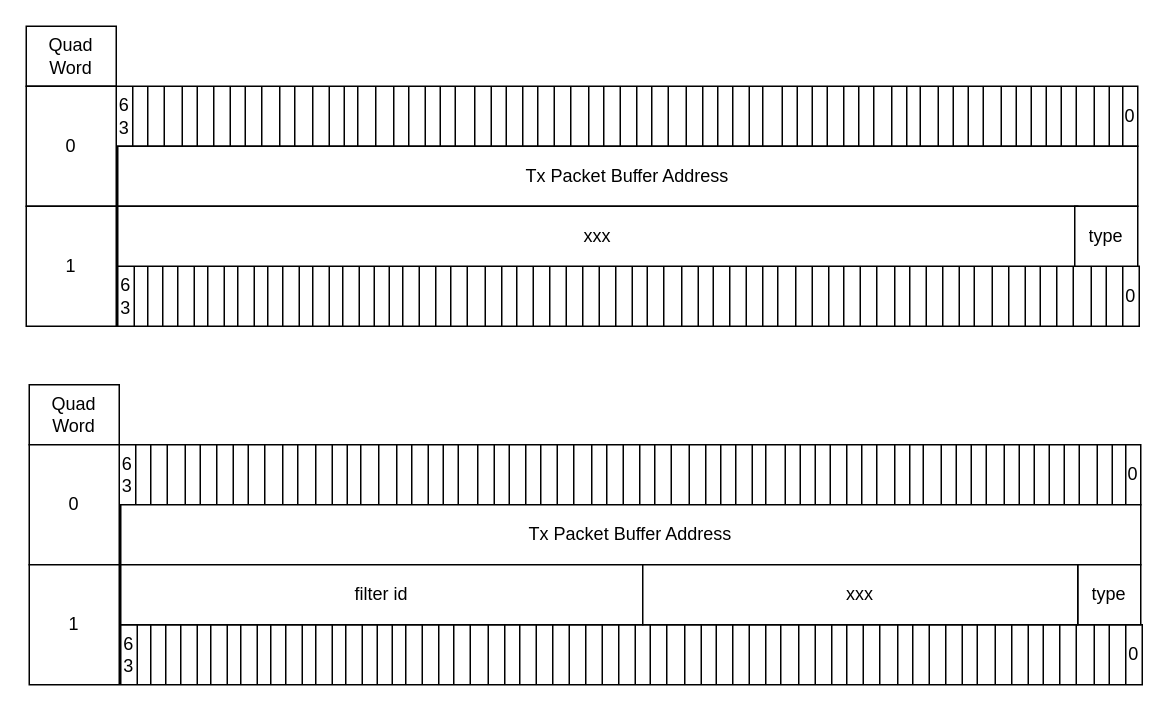
LuyaoZhong/Figures keeps this draw.io diagram as nic_descriptor.drawio. Above is the earlier version. Source tidied: cells renumbered, new cells numbered last; positions are measured from the earlier drawing's top-left corner, leaving out a move shared by most shapes. Both pictures are drawn from the tidied source at 150%, with x=0, y=0 at pixel (26, 26).
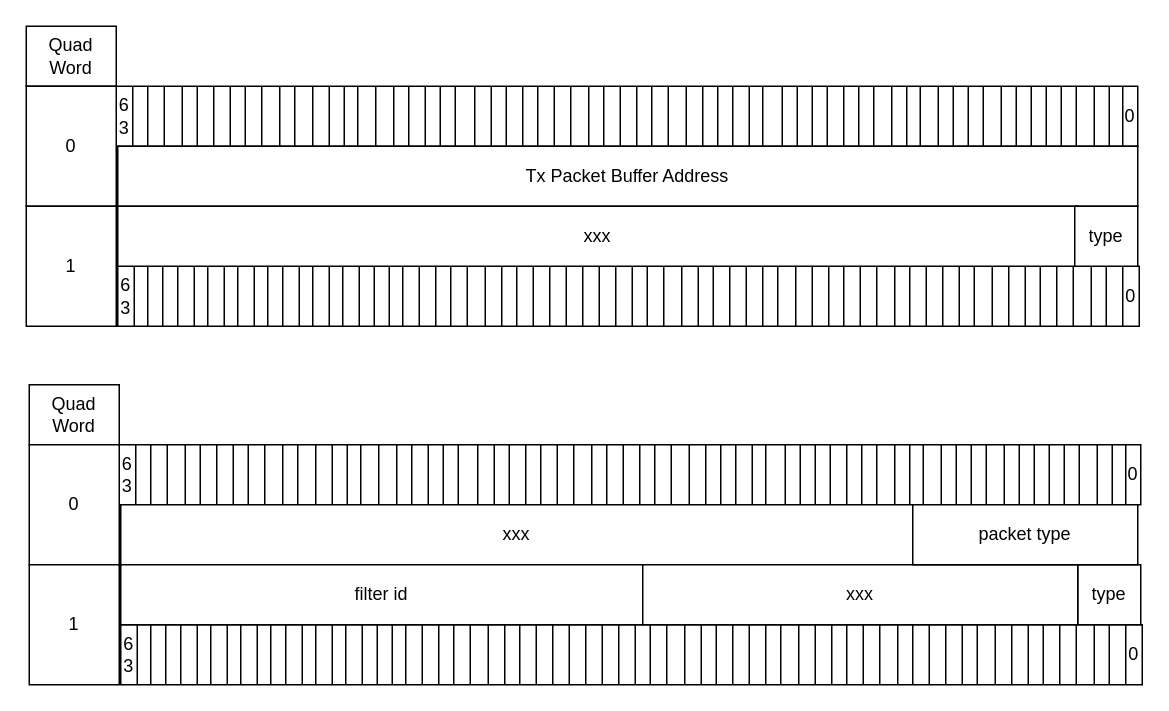
The same page after the edit.

Diff of the diagram source:
```diff
@@
-    <mxCell id="283" value="Tx Packet Buffer Address" style="rounded=0;whiteSpace=wrap;html=1;" parent="1" vertex="1">
-      <mxGeometry x="63" y="319" width="680" height="40" as="geometry" />
+    <mxCell id="283" value="xxx" style="rounded=0;whiteSpace=wrap;html=1;" parent="1" vertex="1">
+      <mxGeometry x="63" y="319" width="528" height="40" as="geometry" />
     </mxCell>
@@
+    <mxCell id="295" value="packet type" style="rounded=0;whiteSpace=wrap;html=1;" parent="1" vertex="1">
+      <mxGeometry x="591" y="319" width="150" height="40" as="geometry" />
+    </mxCell>
```
